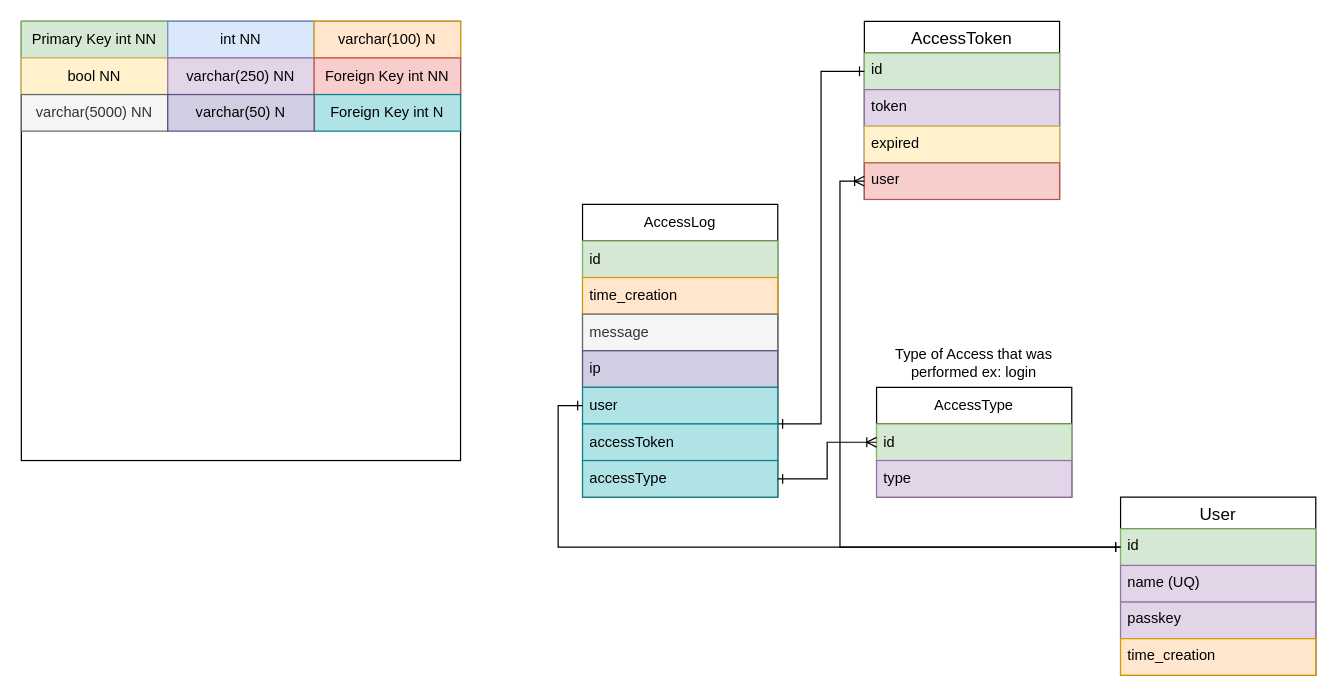
The draw.io diagram Database/DatabaseDiagram.drawio in ZeilingerAlexander/FileServer_NodeJS, before the edit. Source tidied: cells renumbered, new cells numbered last; positions are measured from the earlier drawing's top-left corner, leaving out a move shared by most shapes. Both pictures are drawn from the tidied source at 122%, with x=0, y=0 at pixel (21, 21).
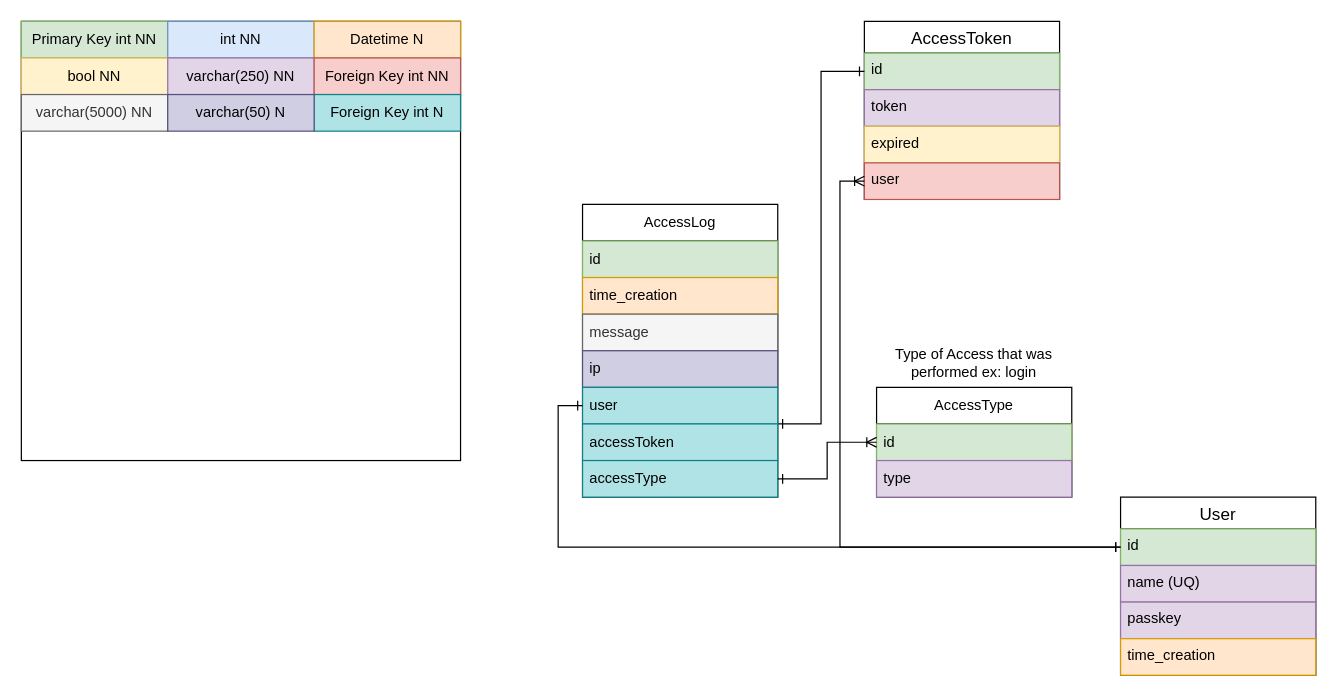
After the change.

Change to the diagram source:
```diff
@@
-    <mxCell id="10" value="varchar(100) N" style="text;html=1;strokeColor=#d79b00;fillColor=#ffe6cc;align=center;verticalAlign=middle;whiteSpace=wrap;rounded=0;" parent="1" vertex="1">
+    <mxCell id="10" value="Datetime N" style="text;html=1;strokeColor=#d79b00;fillColor=#ffe6cc;align=center;verticalAlign=middle;whiteSpace=wrap;rounded=0;" parent="1" vertex="1">
       <mxGeometry x="240" width="120" height="30" as="geometry" />
     </mxCell>
```
